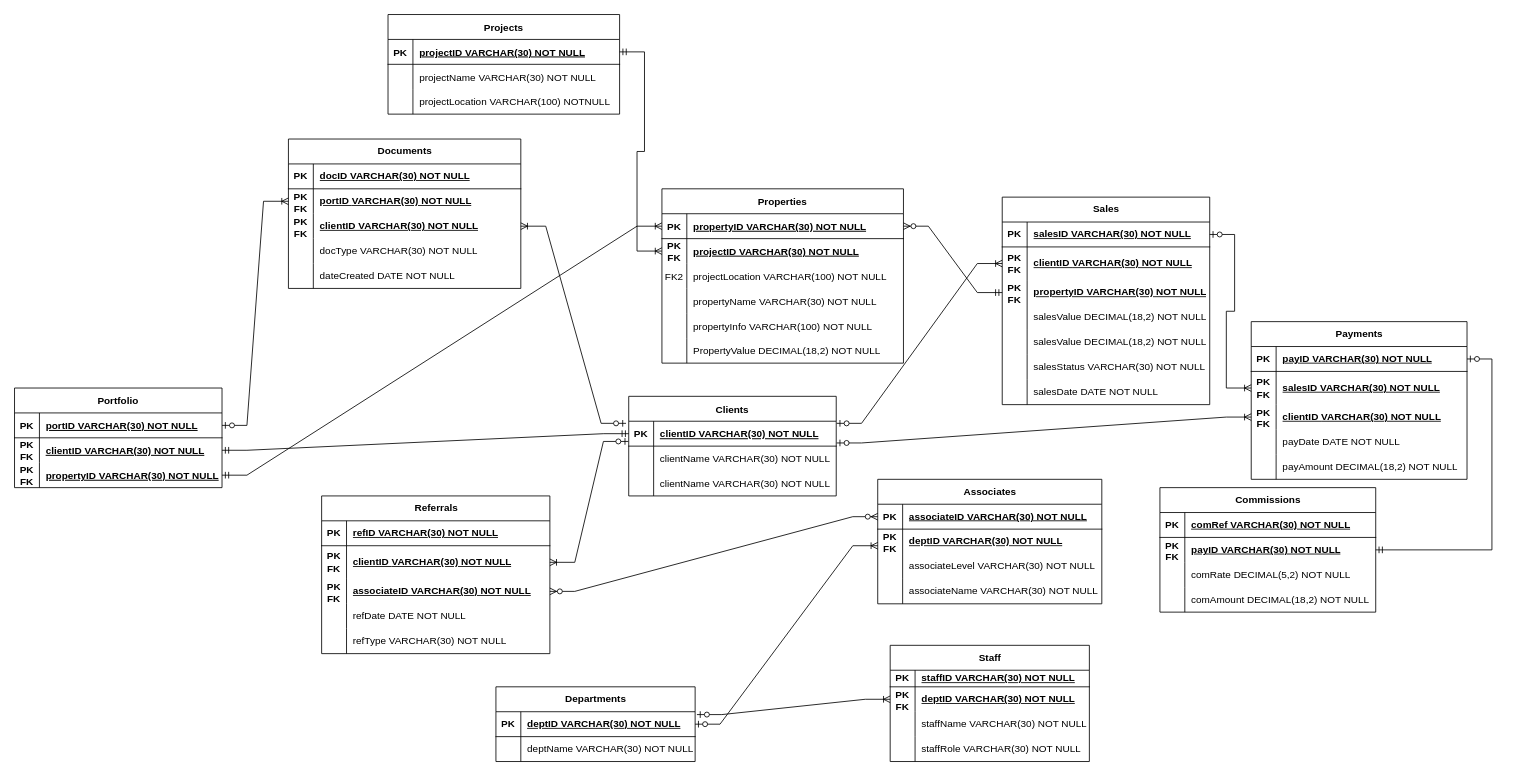
Earlier version of the draw.io diagram Coursework1 Physical Data Model.drawio (TolulopeBabajide/UOR). Source tidied: cells renumbered, new cells numbered last; positions are measured from the earlier drawing's top-left corner, leaving out a move shared by most shapes. Both pictures are drawn from the tidied source at 83%, with x=0, y=0 at pixel (14, 14).
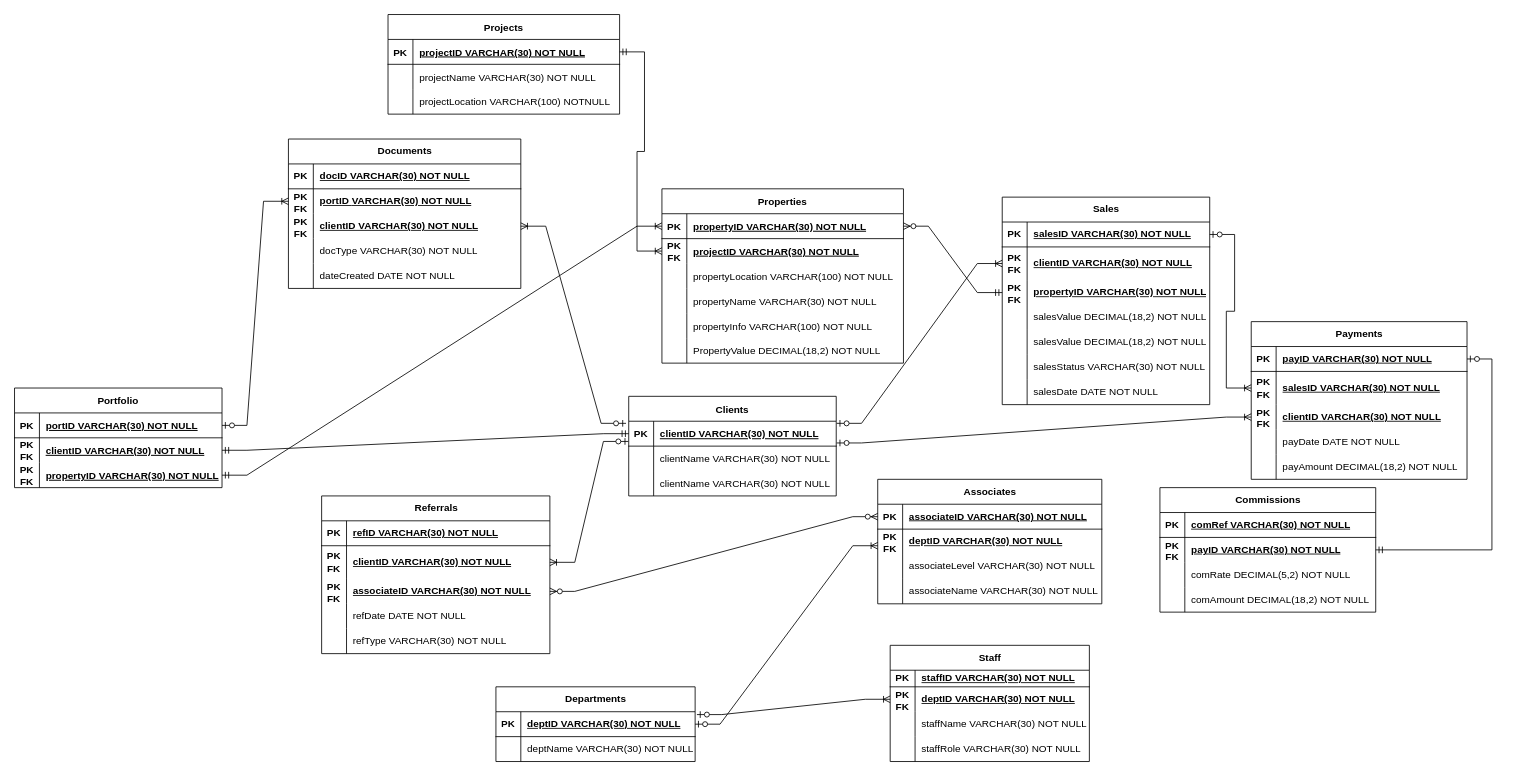
After the change.

The change refers to these unchanged cells:
```xml
<mxCell id="9" style="shape=partialRectangle;fillColor=none;top=0;left=0;right=0;bottom=0;fontStyle=1;" parent="2" vertex="1">
  <mxGeometry y="90" width="291" height="30" as="geometry" />
</mxCell>
```

The edit, as a diff of the source:
```diff
@@
-    <mxCell id="10" value="FK2" style="shape=partialRectangle;overflow=hidden;fillColor=none;top=0;left=0;bottom=0;right=0;fontStyle=0;" parent="9" vertex="1">
+    <mxCell id="10" style="shape=partialRectangle;overflow=hidden;fillColor=none;top=0;left=0;bottom=0;right=0;fontStyle=0;" parent="9" vertex="1">
       <mxGeometry width="30" height="30" as="geometry" />
     </mxCell>
-    <mxCell id="11" value="projectLocation VARCHAR(100) NOT NULL" style="shape=partialRectangle;overflow=hidden;fillColor=none;top=0;left=0;bottom=0;right=0;align=left;spacingLeft=6;fontStyle=0;" parent="9" vertex="1">
+    <mxCell id="11" value="propertyLocation VARCHAR(100) NOT NULL" style="shape=partialRectangle;overflow=hidden;fillColor=none;top=0;left=0;bottom=0;right=0;align=left;spacingLeft=6;fontStyle=0;" parent="9" vertex="1">
       <mxGeometry x="30" width="261" height="30" as="geometry" />
     </mxCell>
```
